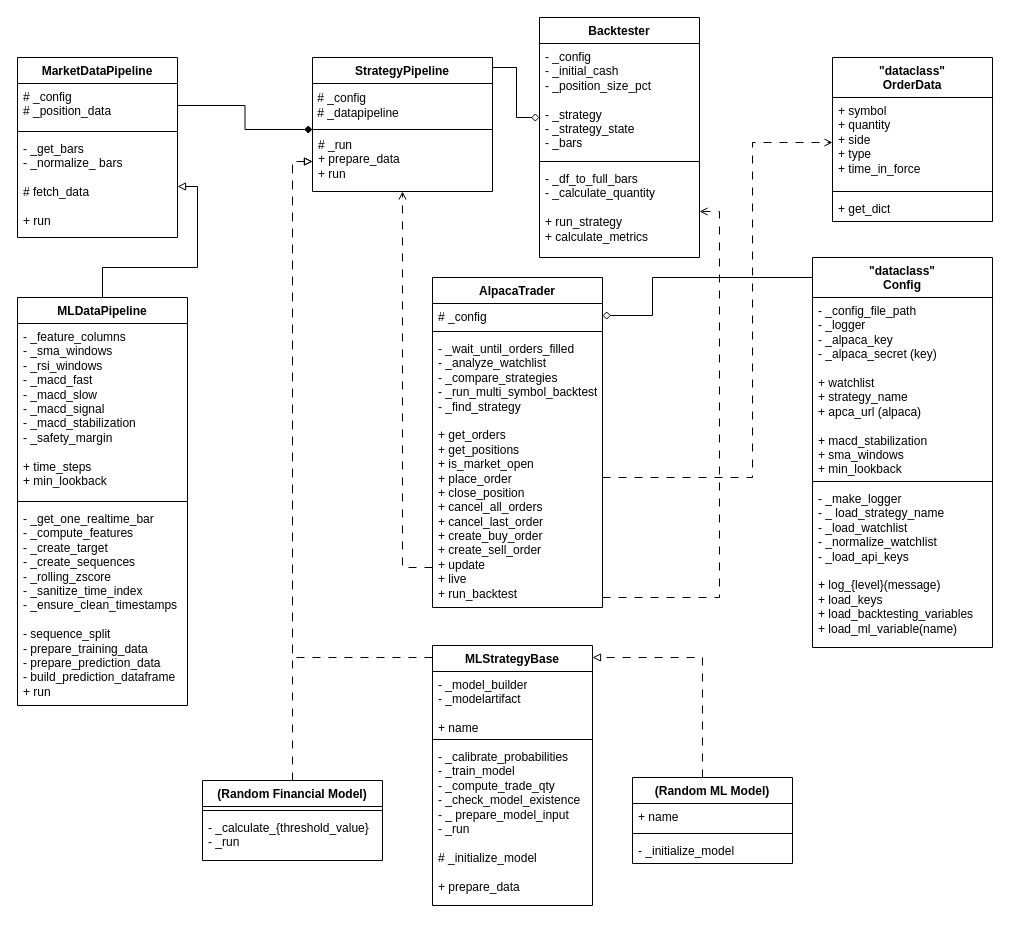
Above: figures/backend_design.drawio in MiladTootoonchi/Live-Trading-Platform (draw.io), before the change. Source tidied: cells renumbered, new cells numbered last; positions are measured from the earlier drawing's top-left corner, leaving out a move shared by most shapes. Both pictures are drawn from the tidied source at 100%, with x=0, y=0 at pixel (17, 17).
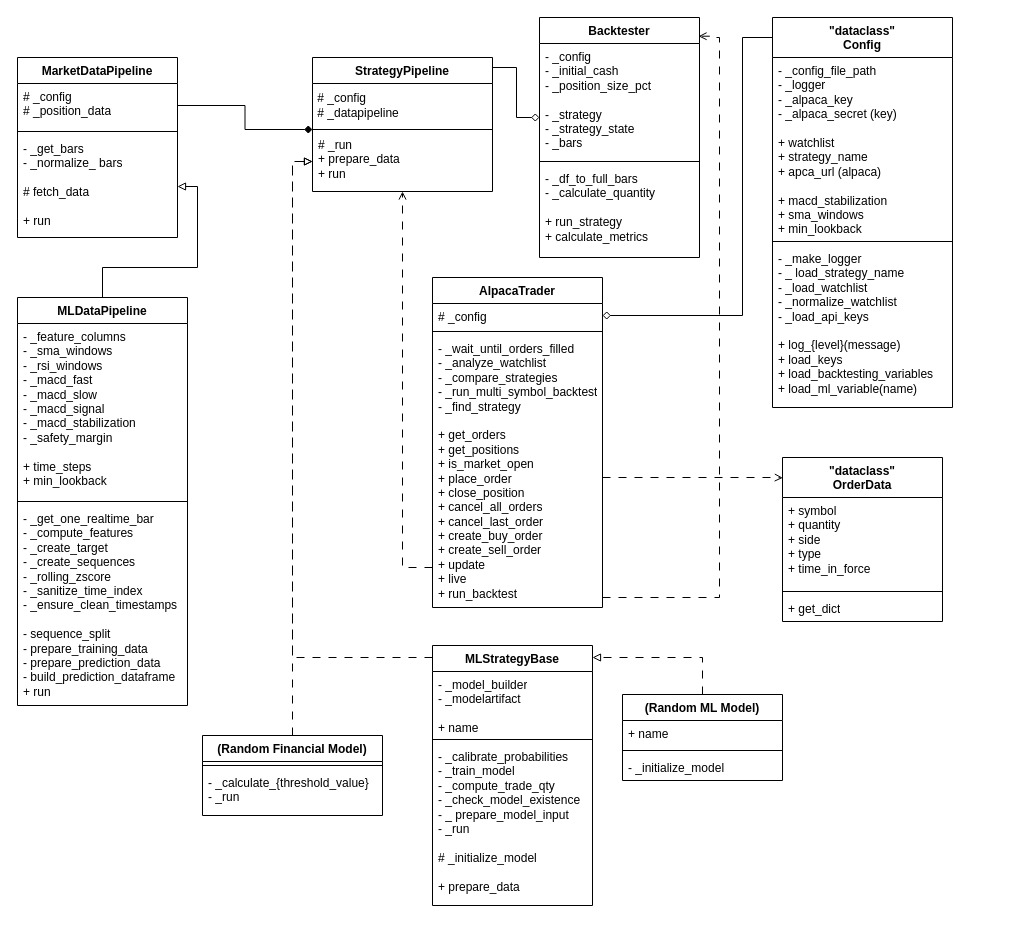
The same diagram, later.

Commit message:
swapped places on boxes to make the space more clean

The change refers to these unchanged cells:
```xml
<mxCell id="27" value="# _config" style="text;strokeColor=none;fillColor=none;align=left;verticalAlign=top;spacingLeft=4;spacingRight=4;overflow=hidden;points=[[0,0.5],[1,0.5]];portConstraint=eastwest;whiteSpace=wrap;html=1;" parent="26" vertex="1">
  <mxGeometry y="26" width="170" height="24" as="geometry" />
</mxCell>
<mxCell id="29" value="- _wait_until_orders_filled&lt;div&gt;- _analyze_watchlist&lt;/div&gt;&lt;div&gt;- _compare_strategies&lt;/div&gt;&lt;div&gt;- _run_multi_symbol_backtest&lt;/div&gt;&lt;div&gt;- _find_strategy&lt;/div&gt;&lt;div&gt;&lt;br&gt;&lt;/div&gt;&lt;div&gt;+ get_orders&lt;/div&gt;&lt;div&gt;+ get_positions&lt;/div&gt;&lt;div&gt;+ is_market_open&lt;/div&gt;&lt;div&gt;+ place_order&lt;/div&gt;&lt;div&gt;+ close_position&lt;/div&gt;&lt;div&gt;+ cancel_all_orders&lt;/div&gt;&lt;div&gt;+ cancel_last_order&lt;/div&gt;&lt;div&gt;+ create_buy_order&lt;/div&gt;&lt;div&gt;+ create_sell_order&lt;/div&gt;&lt;div&gt;+ update&lt;/div&gt;&lt;div&gt;+ live&lt;/div&gt;&lt;div&gt;+ run_backtest&lt;/div&gt;" style="text;strokeColor=none;fillColor=none;align=left;verticalAlign=top;spacingLeft=4;spacingRight=4;overflow=hidden;points=[[0,0.5],[1,0.5]];portConstraint=eastwest;whiteSpace=wrap;html=1;" parent="26" vertex="1">
  <mxGeometry y="58" width="170" height="272" as="geometry" />
</mxCell>
<mxCell id="41" value="Backtester" style="swimlane;fontStyle=1;align=center;verticalAlign=top;horizontal=1;startSize=26;whiteSpace=wrap;html=1;" parent="1" vertex="1">
  <mxGeometry x="522" width="160" height="240" as="geometry" />
</mxCell>
<mxCell id="44" value="- _df_to_full_bars&lt;div&gt;- _calculate_quantity&lt;/div&gt;&lt;div&gt;&lt;br&gt;&lt;/div&gt;&lt;div&gt;+ run_strategy&lt;/div&gt;&lt;div&gt;+ calculate_metrics&lt;/div&gt;" style="text;strokeColor=none;fillColor=none;align=left;verticalAlign=top;spacingLeft=4;spacingRight=4;overflow=hidden;points=[[0,0.5],[1,0.5]];portConstraint=eastwest;whiteSpace=wrap;html=1;" parent="41" vertex="1">
  <mxGeometry y="148" width="160" height="92" as="geometry" />
</mxCell>
<mxCell id="46" value="+ symbol&lt;div&gt;+ quantity&amp;nbsp;&lt;/div&gt;&lt;div&gt;+ side&lt;/div&gt;&lt;div&gt;+ type&amp;nbsp;&lt;/div&gt;&lt;div&gt;+ time_in_force&lt;/div&gt;" style="text;strokeColor=none;fillColor=none;align=left;verticalAlign=top;spacingLeft=4;spacingRight=4;overflow=hidden;points=[[0,0.5],[1,0.5]];portConstraint=eastwest;whiteSpace=wrap;html=1;" parent="45" vertex="1">
  <mxGeometry y="40" width="160" height="90" as="geometry" />
</mxCell>
```

Diff of the diagram source:
```diff
@@
     <mxCell id="6" style="edgeStyle=orthogonalEdgeStyle;rounded=0;jettySize=auto;html=1;entryX=1;entryY=0.5;entryDx=0;entryDy=0;endArrow=diamond;endFill=0;" parent="1" edge="1" source="7" target="27">
       <mxGeometry relative="1" as="geometry">
         <Array as="points">
-          <mxPoint x="635" y="260" />
-          <mxPoint x="635" y="298" />
+          <mxPoint x="725" y="20" />
+          <mxPoint x="725" y="298" />
         </Array>
       </mxGeometry>
     </mxCell>
     <mxCell id="7" value="&lt;div&gt;&quot;dataclass&quot;&lt;/div&gt;Config" style="swimlane;fontStyle=1;align=center;verticalAlign=top;horizontal=1;startSize=40;whiteSpace=wrap;html=1;" parent="1" vertex="1">
-      <mxGeometry x="795" y="240" width="180" height="390" as="geometry" />
+      <mxGeometry x="755" width="180" height="390" as="geometry" />
     </mxCell>
@@
     <mxCell id="32" value="(Random ML Model)" style="swimlane;fontStyle=1;align=center;verticalAlign=top;horizontal=1;startSize=26;whiteSpace=wrap;html=1;" parent="1" vertex="1">
-      <mxGeometry x="615" y="760" width="160" height="86" as="geometry" />
+      <mxGeometry x="605" y="677" width="160" height="86" as="geometry" />
     </mxCell>
@@
     <mxCell id="37" value="(Random Financial Model)" style="swimlane;fontStyle=1;align=center;verticalAlign=top;horizontal=1;startSize=26;whiteSpace=wrap;html=1;" parent="1" vertex="1">
-      <mxGeometry x="185" y="763" width="180" height="80" as="geometry" />
+      <mxGeometry x="185" y="718" width="180" height="80" as="geometry" />
     </mxCell>
@@
     <mxCell id="45" value="&lt;div&gt;&quot;dataclass&quot;&lt;/div&gt;OrderData" style="swimlane;fontStyle=1;align=center;verticalAlign=top;horizontal=1;startSize=40;whiteSpace=wrap;html=1;" parent="1" vertex="1">
-      <mxGeometry x="815" y="40" width="160" height="164" as="geometry" />
+      <mxGeometry x="765" y="440" width="160" height="164" as="geometry" />
     </mxCell>
@@
-    <mxCell id="49" style="edgeStyle=orthogonalEdgeStyle;rounded=0;jettySize=auto;html=1;entryX=0;entryY=0.5;entryDx=0;entryDy=0;endArrow=open;endFill=0;dashed=1;dashPattern=8 8;" parent="1" edge="1" source="29" target="46">
+    <mxCell id="49" style="edgeStyle=orthogonalEdgeStyle;rounded=0;jettySize=auto;html=1;entryX=0.002;entryY=0.124;entryDx=0;entryDy=0;endArrow=open;endFill=0;dashed=1;dashPattern=8 8;entryPerimeter=0;" parent="1" edge="1" source="29" target="45">
       <mxGeometry relative="1" as="geometry">
         <Array as="points">
-          <mxPoint x="735" y="460" />
-          <mxPoint x="735" y="125" />
+          <mxPoint x="755" y="460" />
+          <mxPoint x="755" y="460" />
         </Array>
       </mxGeometry>
     </mxCell>
-    <mxCell id="50" style="edgeStyle=orthogonalEdgeStyle;rounded=0;jettySize=auto;html=1;entryX=1;entryY=0.5;entryDx=0;entryDy=0;dashed=1;endArrow=open;endFill=0;dashPattern=8 8;" parent="1" edge="1" source="29" target="44">
+    <mxCell id="50" style="edgeStyle=orthogonalEdgeStyle;rounded=0;jettySize=auto;html=1;entryX=0.994;entryY=0.078;entryDx=0;entryDy=0;dashed=1;endArrow=open;endFill=0;dashPattern=8 8;entryPerimeter=0;" parent="1" edge="1" source="29" target="41">
       <mxGeometry relative="1" as="geometry">
         <Array as="points">
           <mxPoint x="702" y="580" />
-          <mxPoint x="702" y="194" />
+          <mxPoint x="702" y="20" />
+          <mxPoint x="695" y="20" />
+          <mxPoint x="695" y="19" />
         </Array>
       </mxGeometry>
     </mxCell>
```
